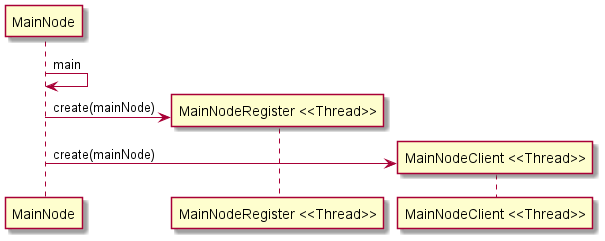
Earlier version of the PlantUML export figures/main_node_start.png (UAL-SDP/TCPMap).
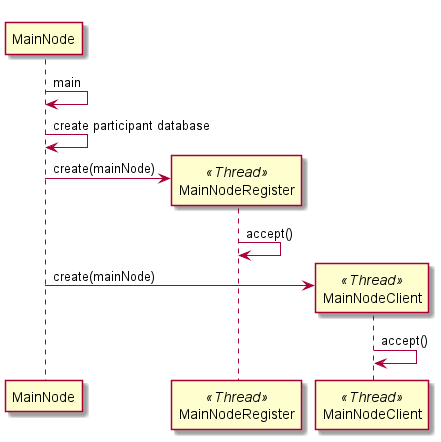
Above is the later version.

Commit message:
Add participant registry diagram.

What changed in the source:
```diff
@@ -1,8 +1,13 @@
 @startuml
 participant MainNode
-participant "MainNodeRegister <<Thread>>"
-participant "MainNodeClient <<Thread>>"
+participant MainNodeRegister <<Thread>>
+participant MainNodeClient <<Thread>>
+
 MainNode -> MainNode : main
-MainNode -> "MainNodeRegister <<Thread>>" ** : create(mainNode)
-MainNode -> "MainNodeClient <<Thread>>" ** : create(mainNode)
+MainNode -> MainNode : create participant database
+MainNode -> MainNodeRegister ** : create(mainNode)
+MainNodeRegister -> MainNodeRegister : accept()
+MainNode -> MainNodeClient ** : create(mainNode)
+MainNodeClient -> MainNodeClient : accept()
+
 @enduml
```
